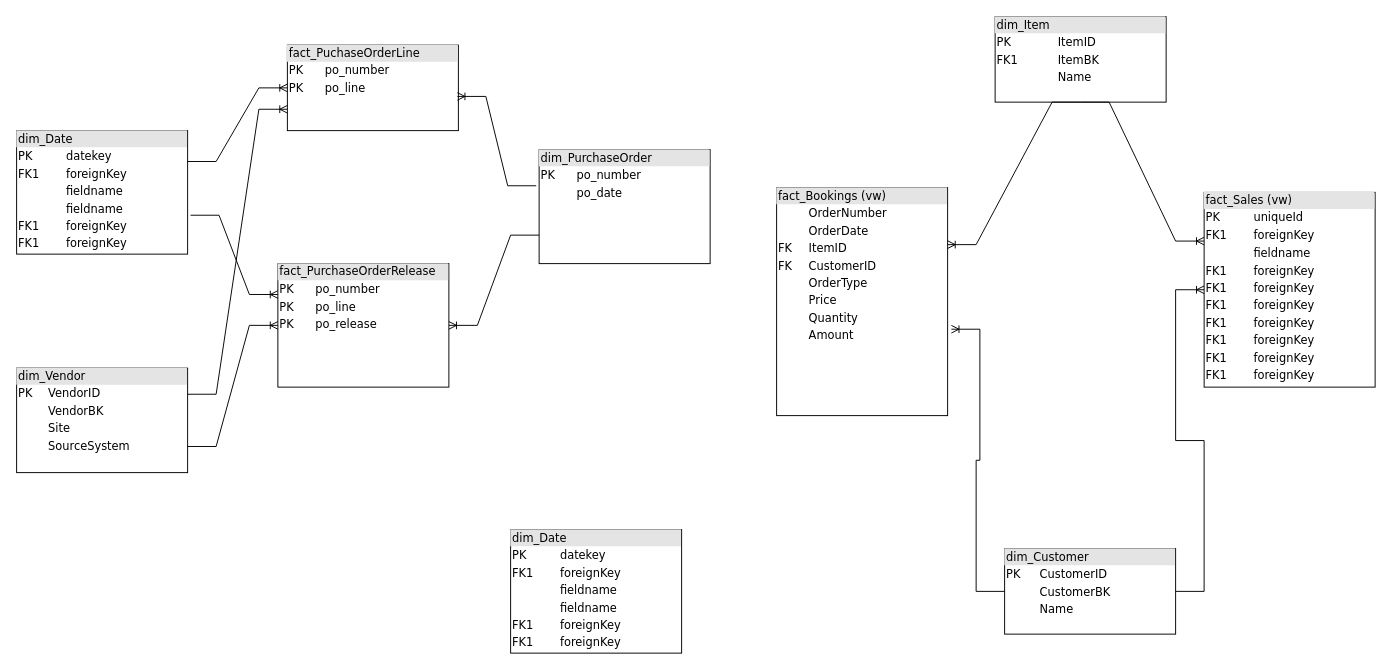
Above: page "Page-1" (1 of 4) of conceptual_model_2.drawio in mewancegeka/OTT (draw.io), before the change. Source tidied: cells renumbered, new cells numbered last; positions are measured from the earlier drawing's top-left corner, leaving out a move shared by most shapes. Both pictures are drawn from the tidied source at 95%, with x=0, y=0 at pixel (16, 16).
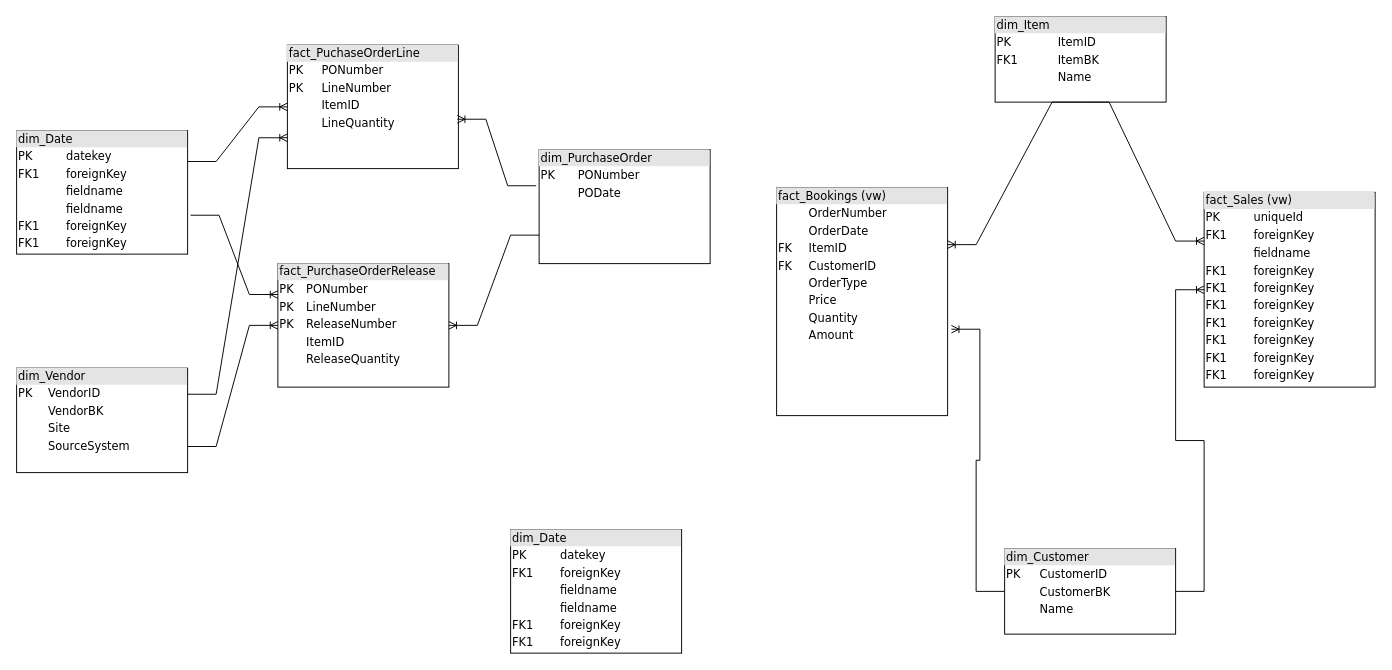
The same diagram, later.

What changed in the source:
```diff
@@
-    <mxCell id="3" value="&lt;div style=&quot;box-sizing: border-box ; width: 100% ; background: #e4e4e4 ; padding: 2px&quot;&gt;fact_PuchaseOrderLine&lt;/div&gt;&lt;table style=&quot;width: 100% ; font-size: 1em&quot; cellpadding=&quot;2&quot; cellspacing=&quot;0&quot;&gt;&lt;tbody&gt;&lt;tr&gt;&lt;td&gt;PK&lt;/td&gt;&lt;td&gt;po_number&lt;/td&gt;&lt;/tr&gt;&lt;tr&gt;&lt;td&gt;PK&lt;/td&gt;&lt;td&gt;po_line&lt;/td&gt;&lt;/tr&gt;&lt;tr&gt;&lt;td&gt;&lt;/td&gt;&lt;td&gt;&lt;/td&gt;&lt;/tr&gt;&lt;/tbody&gt;&lt;/table&gt;" style="verticalAlign=top;align=left;overflow=fill;html=1;rounded=0;shadow=0;comic=0;labelBackgroundColor=none;strokeWidth=1;fontFamily=Verdana;fontSize=12;" parent="1" vertex="1">
-      <mxGeometry x="285" y="30" width="180" height="90" as="geometry" />
+    <mxCell id="3" value="&lt;div style=&quot;box-sizing: border-box ; width: 100% ; background: #e4e4e4 ; padding: 2px&quot;&gt;fact_PuchaseOrderLine&lt;/div&gt;&lt;table style=&quot;width: 100% ; font-size: 1em&quot; cellpadding=&quot;2&quot; cellspacing=&quot;0&quot;&gt;&lt;tbody&gt;&lt;tr&gt;&lt;td&gt;PK&lt;/td&gt;&lt;td&gt;PONumber&lt;/td&gt;&lt;/tr&gt;&lt;tr&gt;&lt;td&gt;PK&lt;/td&gt;&lt;td&gt;LineNumber&lt;/td&gt;&lt;/tr&gt;&lt;tr&gt;&lt;td&gt;&lt;/td&gt;&lt;td&gt;ItemID&lt;/td&gt;&lt;/tr&gt;&lt;tr&gt;&lt;td&gt;&lt;br&gt;&lt;/td&gt;&lt;td&gt;LineQuantity&lt;/td&gt;&lt;/tr&gt;&lt;/tbody&gt;&lt;/table&gt;" style="verticalAlign=top;align=left;overflow=fill;html=1;rounded=0;shadow=0;comic=0;labelBackgroundColor=none;strokeWidth=1;fontFamily=Verdana;fontSize=12;" parent="1" vertex="1">
+      <mxGeometry x="285" y="30" width="180" height="130" as="geometry" />
     </mxCell>
@@
-    <mxCell id="6" value="&lt;div style=&quot;box-sizing: border-box ; width: 100% ; background: #e4e4e4 ; padding: 2px&quot;&gt;dim_PurchaseOrder&lt;/div&gt;&lt;table style=&quot;width: 100% ; font-size: 1em&quot; cellpadding=&quot;2&quot; cellspacing=&quot;0&quot;&gt;&lt;tbody&gt;&lt;tr&gt;&lt;td&gt;PK&lt;/td&gt;&lt;td&gt;po_number&lt;/td&gt;&lt;/tr&gt;&lt;tr&gt;&lt;td&gt;&lt;br&gt;&lt;/td&gt;&lt;td&gt;po_date&lt;/td&gt;&lt;/tr&gt;&lt;tr&gt;&lt;td&gt;&lt;br&gt;&lt;/td&gt;&lt;td&gt;&lt;/td&gt;&lt;/tr&gt;&lt;/tbody&gt;&lt;/table&gt;" style="verticalAlign=top;align=left;overflow=fill;html=1;rounded=0;shadow=0;comic=0;labelBackgroundColor=none;strokeWidth=1;fontFamily=Verdana;fontSize=12;" parent="1" vertex="1">
+    <mxCell id="6" value="&lt;div style=&quot;box-sizing: border-box ; width: 100% ; background: #e4e4e4 ; padding: 2px&quot;&gt;dim_PurchaseOrder&lt;/div&gt;&lt;table style=&quot;width: 100% ; font-size: 1em&quot; cellpadding=&quot;2&quot; cellspacing=&quot;0&quot;&gt;&lt;tbody&gt;&lt;tr&gt;&lt;td&gt;PK&lt;/td&gt;&lt;td&gt;PONumber&lt;/td&gt;&lt;/tr&gt;&lt;tr&gt;&lt;td&gt;&lt;br&gt;&lt;/td&gt;&lt;td&gt;PODate&lt;/td&gt;&lt;/tr&gt;&lt;tr&gt;&lt;td&gt;&lt;br&gt;&lt;/td&gt;&lt;td&gt;&lt;/td&gt;&lt;/tr&gt;&lt;/tbody&gt;&lt;/table&gt;" style="verticalAlign=top;align=left;overflow=fill;html=1;rounded=0;shadow=0;comic=0;labelBackgroundColor=none;strokeWidth=1;fontFamily=Verdana;fontSize=12;" parent="1" vertex="1">
       <mxGeometry x="550" y="140" width="180" height="120" as="geometry" />
     </mxCell>
@@
-    <mxCell id="10" value="&lt;div style=&quot;box-sizing: border-box ; width: 100% ; background: #e4e4e4 ; padding: 2px&quot;&gt;fact_PurchaseOrderRelease&lt;/div&gt;&lt;table style=&quot;width: 100% ; font-size: 1em&quot; cellpadding=&quot;2&quot; cellspacing=&quot;0&quot;&gt;&lt;tbody&gt;&lt;tr&gt;&lt;td&gt;PK&lt;/td&gt;&lt;td&gt;po_number&lt;/td&gt;&lt;/tr&gt;&lt;tr&gt;&lt;td&gt;PK&lt;/td&gt;&lt;td&gt;po_line&lt;/td&gt;&lt;/tr&gt;&lt;tr&gt;&lt;td&gt;PK&lt;/td&gt;&lt;td&gt;po_release&lt;/td&gt;&lt;/tr&gt;&lt;tr&gt;&lt;td&gt;&lt;br&gt;&lt;/td&gt;&lt;td&gt;&lt;/td&gt;&lt;/tr&gt;&lt;/tbody&gt;&lt;/table&gt;" style="verticalAlign=top;align=left;overflow=fill;html=1;rounded=0;shadow=0;comic=0;labelBackgroundColor=none;strokeWidth=1;fontFamily=Verdana;fontSize=12;" parent="1" vertex="1">
+    <mxCell id="10" value="&lt;div style=&quot;box-sizing: border-box ; width: 100% ; background: #e4e4e4 ; padding: 2px&quot;&gt;fact_PurchaseOrderRelease&lt;/div&gt;&lt;table style=&quot;width: 100% ; font-size: 1em&quot; cellpadding=&quot;2&quot; cellspacing=&quot;0&quot;&gt;&lt;tbody&gt;&lt;tr&gt;&lt;td&gt;PK&lt;/td&gt;&lt;td&gt;PONumber&lt;/td&gt;&lt;/tr&gt;&lt;tr&gt;&lt;td&gt;PK&lt;/td&gt;&lt;td&gt;LineNumber&lt;/td&gt;&lt;/tr&gt;&lt;tr&gt;&lt;td&gt;PK&lt;/td&gt;&lt;td&gt;ReleaseNumber&lt;/td&gt;&lt;/tr&gt;&lt;tr&gt;&lt;td&gt;&lt;br&gt;&lt;/td&gt;&lt;td&gt;ItemID&lt;/td&gt;&lt;/tr&gt;&lt;tr&gt;&lt;td&gt;&lt;br&gt;&lt;/td&gt;&lt;td&gt;ReleaseQuantity&lt;/td&gt;&lt;/tr&gt;&lt;/tbody&gt;&lt;/table&gt;" style="verticalAlign=top;align=left;overflow=fill;html=1;rounded=0;shadow=0;comic=0;labelBackgroundColor=none;strokeWidth=1;fontFamily=Verdana;fontSize=12;" parent="1" vertex="1">
       <mxGeometry x="275" y="260" width="180" height="130" as="geometry" />
     </mxCell>
```
